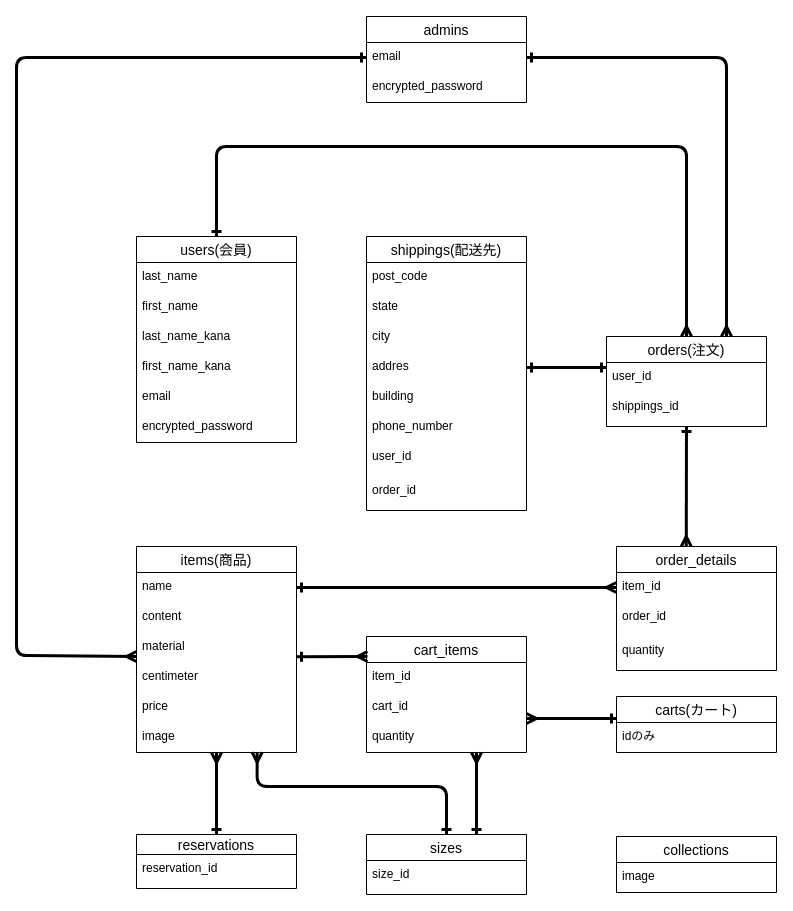
Earlier version of the draw.io diagram er.dio (ap0424ts/nuax_official). Source tidied: cells renumbered, new cells numbered last; positions are measured from the earlier drawing's top-left corner, leaving out a move shared by most shapes. Both pictures are drawn from the tidied source at 100%, with x=0, y=0 at pixel (16, 16).
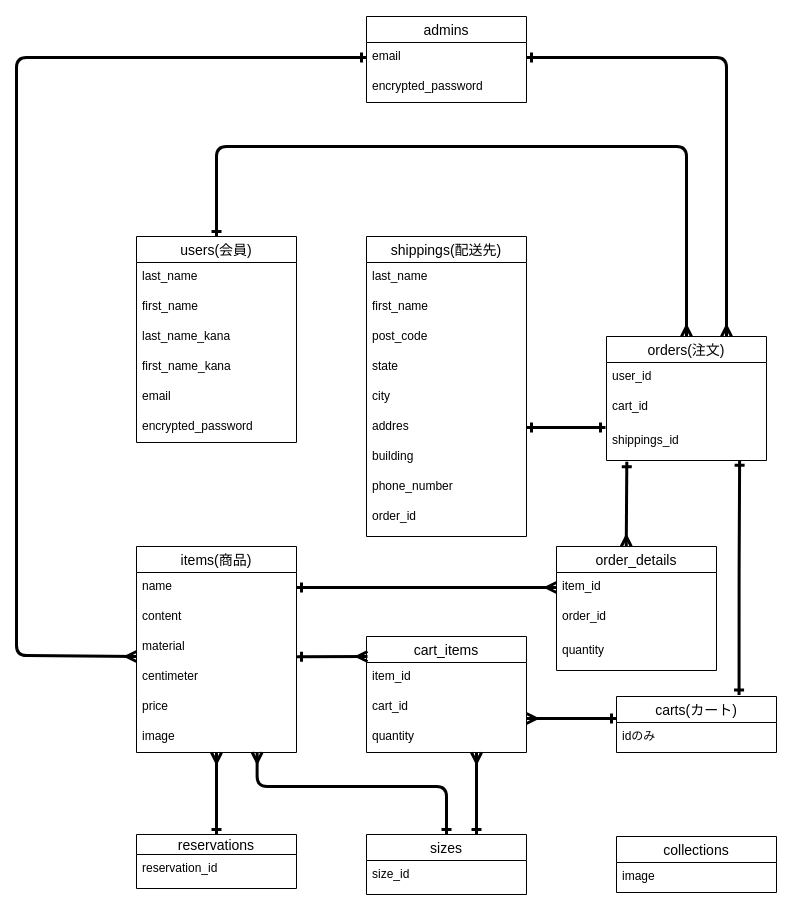
The same page after the edit.

The change refers to these unchanged cells:
```xml
<mxCell id="27" value="carts(カート)" style="swimlane;fontStyle=0;horizontal=1;startSize=26;align=center;fontSize=14;" parent="1" vertex="1">
  <mxGeometry x="600" y="680" width="160" height="56" as="geometry" />
</mxCell>
```

Change to the diagram source:
```diff
@@
     <mxCell id="16" value="shippings(配送先)" style="swimlane;fontStyle=0;horizontal=1;startSize=26;align=center;fontSize=14;" parent="1" vertex="1">
-      <mxGeometry x="350" y="220" width="160" height="274" as="geometry" />
+      <mxGeometry x="350" y="220" width="160" height="300" as="geometry" />
     </mxCell>
+    <mxCell id="58" value="last_name" style="text;strokeColor=none;fillColor=none;spacingLeft=4;spacingRight=4;overflow=hidden;fontSize=12;" parent="16" vertex="1">
+      <mxGeometry y="26" width="160" height="30" as="geometry" />
+    </mxCell>
+    <mxCell id="59" value="first_name" style="text;strokeColor=none;fillColor=none;spacingLeft=4;spacingRight=4;overflow=hidden;fontSize=12;" parent="16" vertex="1">
+      <mxGeometry y="56" width="160" height="30" as="geometry" />
+    </mxCell>
     <mxCell id="17" value="post_code" style="text;strokeColor=none;fillColor=none;spacingLeft=4;spacingRight=4;overflow=hidden;fontSize=12;" parent="16" vertex="1">
-      <mxGeometry y="26" width="160" height="30" as="geometry" />
+      <mxGeometry y="86" width="160" height="30" as="geometry" />
     </mxCell>
     <mxCell id="18" value="state" style="text;strokeColor=none;fillColor=none;spacingLeft=4;spacingRight=4;overflow=hidden;fontSize=12;" parent="16" vertex="1">
-      <mxGeometry y="56" width="160" height="30" as="geometry" />
+      <mxGeometry y="116" width="160" height="30" as="geometry" />
     </mxCell>
     <mxCell id="19" value="city" style="text;strokeColor=none;fillColor=none;spacingLeft=4;spacingRight=4;overflow=hidden;fontSize=12;" parent="16" vertex="1">
-      <mxGeometry y="86" width="160" height="30" as="geometry" />
+      <mxGeometry y="146" width="160" height="30" as="geometry" />
     </mxCell>
     <mxCell id="20" value="addres" style="text;strokeColor=none;fillColor=none;spacingLeft=4;spacingRight=4;overflow=hidden;points=[[0,0.5],[1,0.5]];portConstraint=eastwest;fontSize=12;" parent="16" vertex="1">
-      <mxGeometry y="116" width="160" height="30" as="geometry" />
+      <mxGeometry y="176" width="160" height="30" as="geometry" />
     </mxCell>
     <mxCell id="21" value="building" style="text;strokeColor=none;fillColor=none;spacingLeft=4;spacingRight=4;overflow=hidden;fontSize=12;" parent="16" vertex="1">
-      <mxGeometry y="146" width="160" height="30" as="geometry" />
+      <mxGeometry y="206" width="160" height="30" as="geometry" />
     </mxCell>
     <mxCell id="22" value="phone_number" style="text;strokeColor=none;fillColor=none;spacingLeft=4;spacingRight=4;overflow=hidden;fontSize=12;" parent="16" vertex="1">
-      <mxGeometry y="176" width="160" height="30" as="geometry" />
+      <mxGeometry y="236" width="160" height="30" as="geometry" />
     </mxCell>
-    <mxCell id="23" value="user_id" style="text;strokeColor=none;fillColor=none;spacingLeft=4;spacingRight=4;overflow=hidden;fontSize=12;" parent="16" vertex="1">
-      <mxGeometry y="206" width="160" height="34" as="geometry" />
-    </mxCell>
     <mxCell id="24" value="order_id" style="text;strokeColor=none;fillColor=none;spacingLeft=4;spacingRight=4;overflow=hidden;fontSize=12;" parent="16" vertex="1">
-      <mxGeometry y="240" width="160" height="34" as="geometry" />
+      <mxGeometry y="266" width="160" height="34" as="geometry" />
     </mxCell>
@@
     <mxCell id="29" style="fontSize=12;html=1;endArrow=ERone;endFill=0;exitX=1;exitY=0.5;exitDx=0;exitDy=0;startArrow=ERone;startFill=0;strokeWidth=3;edgeStyle=orthogonalEdgeStyle;" parent="1" edge="1" source="20">
       <mxGeometry relative="1" as="geometry">
-        <mxPoint x="590" y="351" as="targetPoint" />
+        <mxPoint x="589" y="411" as="targetPoint" />
       </mxGeometry>
     </mxCell>
@@
     <mxCell id="34" value="orders(注文)" style="swimlane;fontStyle=0;horizontal=1;startSize=26;align=center;fontSize=14;" parent="1" vertex="1">
-      <mxGeometry x="590" y="320" width="160" height="90" as="geometry" />
+      <mxGeometry x="590" y="320" width="160" height="124" as="geometry" />
     </mxCell>
@@
+    <mxCell id="60" value="cart_id" style="text;strokeColor=none;fillColor=none;spacingLeft=4;spacingRight=4;overflow=hidden;fontSize=12;" parent="34" vertex="1">
+      <mxGeometry y="56" width="160" height="34" as="geometry" />
+    </mxCell>
     <mxCell id="36" value="shippings_id" style="text;strokeColor=none;fillColor=none;spacingLeft=4;spacingRight=4;overflow=hidden;points=[[0,0.5],[1,0.5]];portConstraint=eastwest;fontSize=12;" parent="34" vertex="1">
-      <mxGeometry y="56" width="160" height="34" as="geometry" />
+      <mxGeometry y="90" width="160" height="34" as="geometry" />
     </mxCell>
     <mxCell id="37" value="order_details" style="swimlane;fontStyle=0;horizontal=1;startSize=26;align=center;fontSize=14;" parent="1" vertex="1">
-      <mxGeometry x="600" y="530" width="160" height="124" as="geometry" />
+      <mxGeometry x="540" y="530" width="160" height="124" as="geometry" />
     </mxCell>
@@
-    <mxCell id="57" style="fontSize=12;html=1;endArrow=ERmany;startArrow=ERone;strokeWidth=3;startFill=0;exitX=0.5;exitY=1;exitDx=0;exitDy=0;entryX=0.436;entryY=0;entryDx=0;entryDy=0;entryPerimeter=0;" parent="1" edge="1" source="34" target="37">
+    <mxCell id="57" style="fontSize=12;html=1;endArrow=ERmany;startArrow=ERone;strokeWidth=3;startFill=0;exitX=0.127;exitY=1.039;exitDx=0;exitDy=0;entryX=0.436;entryY=0;entryDx=0;entryDy=0;entryPerimeter=0;exitPerimeter=0;" parent="1" edge="1" source="36" target="37">
       <mxGeometry relative="1" as="geometry" />
     </mxCell>
+    <mxCell id="61" style="fontSize=12;html=1;endArrow=ERone;endFill=0;exitX=0.766;exitY=-0.026;exitDx=0;exitDy=0;startArrow=ERone;startFill=0;strokeWidth=3;edgeStyle=orthogonalEdgeStyle;entryX=0.832;entryY=0.993;entryDx=0;entryDy=0;entryPerimeter=0;exitPerimeter=0;" parent="1" edge="1" source="27" target="36">
+      <mxGeometry relative="1" as="geometry" />
+    </mxCell>
```
